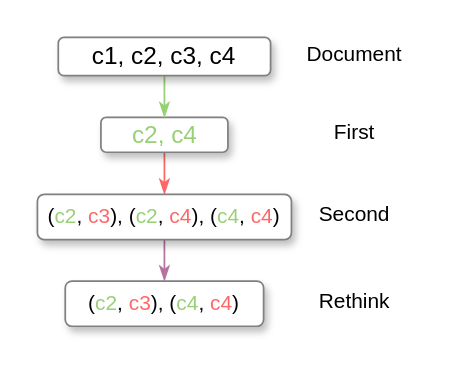
The draw.io diagram figure1c.drawio in zhoucz97/paper_figure, before the edit. Source tidied: cells renumbered, new cells numbered last; positions are measured from the earlier drawing's top-left corner, leaving out a move shared by most shapes. Both pictures are drawn from the tidied source at 174%, with x=0, y=0 at pixel (37, 37).
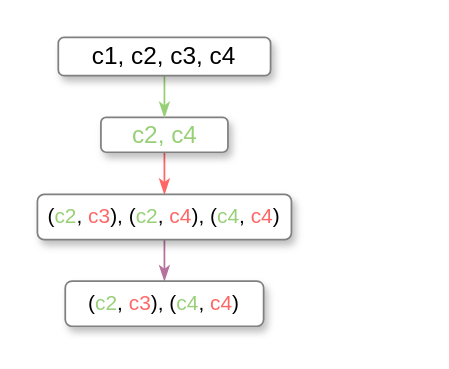
After the change.

Diff of the diagram source:
```diff
@@
 <mxGraphModel>
   <root>
     <mxCell id="0" />
     <mxCell id="1" parent="0" />
     <mxCell id="2" style="edgeStyle=orthogonalEdgeStyle;rounded=0;jettySize=auto;html=1;entryX=0.5;entryY=0;entryDx=0;entryDy=0;strokeColor=#FF6666;endArrow=classicThin;endFill=1;" parent="1" edge="1" source="3" target="9">
       <mxGeometry relative="1" as="geometry" />
     </mxCell>
     <mxCell id="3" value="&lt;font style=&quot;font-size: 14px&quot; color=&quot;#97d077&quot;&gt;c2, c4&lt;/font&gt;" style="rounded=1;whiteSpace=wrap;html=1;strokeWidth=1;sketch=0;glass=0;shadow=1;strokeColor=#808080;" parent="1" vertex="1">
       <mxGeometry x="36.5" y="46" width="73" height="20" as="geometry" />
     </mxCell>
     <mxCell id="4" style="edgeStyle=orthogonalEdgeStyle;rounded=0;jettySize=auto;html=1;strokeColor=#97D077;endArrow=classicThin;endFill=1;" parent="1" edge="1" source="5" target="3">
       <mxGeometry relative="1" as="geometry" />
     </mxCell>
     <mxCell id="5" value="&lt;font style=&quot;font-size: 14px&quot;&gt;c1, c2, c3, c4&lt;/font&gt;" style="rounded=1;whiteSpace=wrap;html=1;strokeWidth=1;perimeterSpacing=0;shadow=1;sketch=0;glass=0;strokeColor=#808080;" parent="1" vertex="1">
       <mxGeometry x="12" width="122" height="22" as="geometry" />
     </mxCell>
-    <mxCell id="6" value="First" style="text;html=1;strokeColor=none;fillColor=none;align=center;verticalAlign=middle;whiteSpace=wrap;rounded=0;" parent="1" vertex="1">
-      <mxGeometry x="146" y="45" width="73" height="20" as="geometry" />
-    </mxCell>
-    <mxCell id="7" value="Second" style="text;html=1;strokeColor=none;fillColor=none;align=center;verticalAlign=middle;whiteSpace=wrap;rounded=0;" parent="1" vertex="1">
-      <mxGeometry x="146" y="92.2" width="73" height="20" as="geometry" />
-    </mxCell>
     <mxCell id="8" style="edgeStyle=orthogonalEdgeStyle;rounded=0;jettySize=auto;html=1;strokeColor=#B5739D;endArrow=classicThin;endFill=1;" parent="1" edge="1" source="9" target="10">
       <mxGeometry relative="1" as="geometry" />
     </mxCell>
     <mxCell id="9" value="&lt;font style=&quot;font-size: 12px&quot;&gt;(&lt;font color=&quot;#97d077&quot;&gt;c2&lt;/font&gt;, &lt;font color=&quot;#ff6666&quot;&gt;c3&lt;/font&gt;), (&lt;font color=&quot;#97d077&quot;&gt;c2&lt;/font&gt;, &lt;font color=&quot;#ff6666&quot;&gt;c4&lt;/font&gt;), (&lt;font color=&quot;#97d077&quot;&gt;c4&lt;/font&gt;, &lt;font color=&quot;#ff6666&quot;&gt;c4&lt;/font&gt;)&lt;/font&gt;" style="rounded=1;whiteSpace=wrap;html=1;strokeWidth=1;sketch=0;shadow=1;strokeColor=#808080;" parent="1" vertex="1">
       <mxGeometry y="90.2" width="146" height="26" as="geometry" />
     </mxCell>
     <mxCell id="10" value="&lt;font style=&quot;font-size: 12px&quot;&gt;(&lt;font color=&quot;#97d077&quot;&gt;c2&lt;/font&gt;, &lt;font color=&quot;#ff6666&quot;&gt;c3&lt;/font&gt;), (&lt;font color=&quot;#97d077&quot;&gt;c4&lt;/font&gt;, &lt;font color=&quot;#ff6666&quot;&gt;c4&lt;/font&gt;)&lt;/font&gt;" style="rounded=1;whiteSpace=wrap;html=1;strokeWidth=1;sketch=0;shadow=1;strokeColor=#808080;" parent="1" vertex="1">
       <mxGeometry x="16" y="140" width="114" height="26" as="geometry" />
     </mxCell>
-    <mxCell id="11" value="Rethink" style="text;html=1;strokeColor=none;fillColor=none;align=center;verticalAlign=middle;whiteSpace=wrap;rounded=0;" parent="1" vertex="1">
-      <mxGeometry x="146" y="142" width="73" height="20" as="geometry" />
-    </mxCell>
-    <mxCell id="12" value="Document" style="text;html=1;strokeColor=none;fillColor=none;align=center;verticalAlign=middle;whiteSpace=wrap;rounded=0;" parent="1" vertex="1">
-      <mxGeometry x="146" width="73" height="20" as="geometry" />
-    </mxCell>
   </root>
 </mxGraphModel>
```
